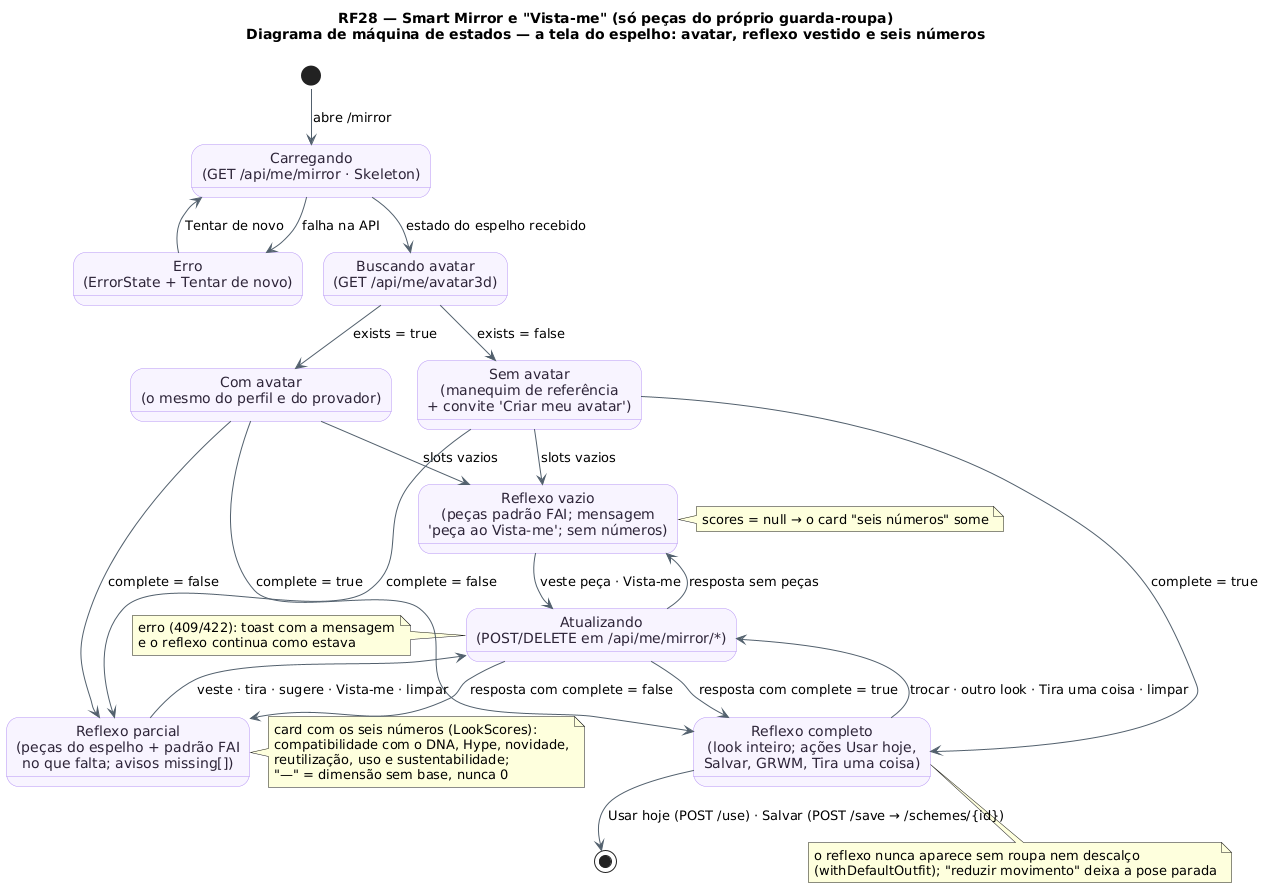
Before: docs/diagramas/RF28-espelho-vista-me/RF28_Espelho_Estados.png, a diagram exported from PlantUML (MatheusHaliski/tcc-2026-fashion-ai-backend).
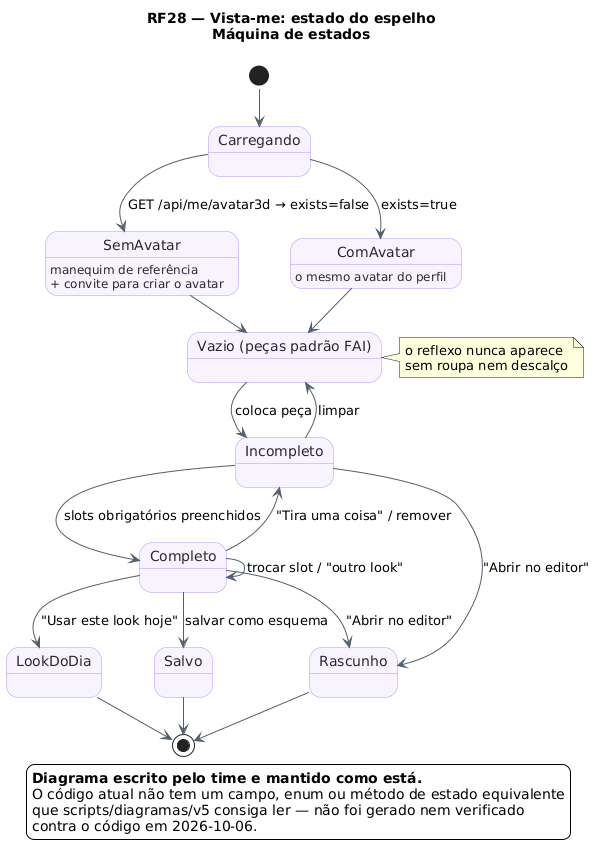
The same file after the commit.

What changed in the source:
```diff
@@ -1,6 +1,5 @@
 @startuml RF28_Espelho_Estados
-!pragma layout smetana
-title RF28 — Smart Mirror e "Vista-me" (só peças do próprio guarda-roupa)\nDiagrama de máquina de estados — a tela do espelho: avatar, reflexo vestido e seis números
+title RF28 — Vista-me: estado do espelho\nMáquina de estados
 !pragma layout smetana
 skinparam backgroundColor #FFFFFF
 skinparam state {
@@ -9,50 +8,31 @@
   FontColor #2D2438
   ArrowColor #52606D
 }
-[*] --> Carregando : abre /mirror
-state "Carregando\n(GET /api/me/mirror · Skeleton)" as Carregando
-state "Erro\n(ErrorState + Tentar de novo)" as Erro
-state "Buscando avatar\n(GET /api/me/avatar3d)" as BuscandoAvatar
-state "Com avatar\n(o mesmo do perfil e do provador)" as ComAvatar
-state "Sem avatar\n(manequim de referência\n+ convite 'Criar meu avatar')" as SemAvatar
-state "Reflexo vazio\n(peças padrão FAI; mensagem\n'peça ao Vista-me'; sem números)" as Vazio
-state "Reflexo parcial\n(peças do espelho + padrão FAI\nno que falta; avisos missing[])" as Parcial
-state "Reflexo completo\n(look inteiro; ações Usar hoje,\nSalvar, GRWM, Tira uma coisa)" as Completo
-state "Atualizando\n(POST/DELETE em /api/me/mirror/*)" as Atualizando
-
-Carregando --> Erro : falha na API
-Erro --> Carregando : Tentar de novo
-Carregando --> BuscandoAvatar : estado do espelho recebido
-BuscandoAvatar --> ComAvatar : exists = true
-BuscandoAvatar --> SemAvatar : exists = false
-ComAvatar --> Vazio : slots vazios
-SemAvatar --> Vazio : slots vazios
-ComAvatar --> Parcial : complete = false
-SemAvatar --> Parcial : complete = false
-ComAvatar --> Completo : complete = true
-SemAvatar --> Completo : complete = true
-Vazio --> Atualizando : veste peça · Vista-me
-Parcial --> Atualizando : veste · tira · sugere · Vista-me · limpar
-Completo --> Atualizando : trocar · outro look · Tira uma coisa · limpar
-Atualizando --> Vazio : resposta sem peças
-Atualizando --> Parcial : resposta com complete = false
-Atualizando --> Completo : resposta com complete = true
-Completo --> [*] : Usar hoje (POST /use) · Salvar (POST /save → /schemes/{id})
-note left of Atualizando
-  erro (409/422): toast com a mensagem
-  e o reflexo continua como estava
-end note
-note right of Vazio
-  scores = null → o card "seis números" some
-end note
-note right of Parcial
-  card com os seis números (LookScores):
-  compatibilidade com o DNA, Hype, novidade,
-  reutilização, uso e sustentabilidade;
-  "—" = dimensão sem base, nunca 0
-end note
-note bottom of Completo
-  o reflexo nunca aparece sem roupa nem descalço
-  (withDefaultOutfit); "reduzir movimento" deixa a pose parada
-end note
+[*] --> Carregando
+Carregando --> SemAvatar : GET /api/me/avatar3d → exists=false
+Carregando --> ComAvatar : exists=true
+state SemAvatar : manequim de referência\n+ convite para criar o avatar
+state ComAvatar : o mesmo avatar do perfil
+SemAvatar --> Vazio
+ComAvatar --> Vazio
+state "Vazio (peças padrão FAI)" as Vazio
+Vazio --> Incompleto : coloca peça
+Incompleto --> Completo : slots obrigatórios preenchidos
+Completo --> Incompleto : "Tira uma coisa" / remover
+Incompleto --> Vazio : limpar
+Completo --> Completo : trocar slot / "outro look"
+Completo --> LookDoDia : "Usar este look hoje"
+Completo --> Salvo : salvar como esquema
+Incompleto --> Rascunho : "Abrir no editor"
+Completo --> Rascunho : "Abrir no editor"
+LookDoDia --> [*]
+Salvo --> [*]
+Rascunho --> [*]
+note right of Vazio : o reflexo nunca aparece\nsem roupa nem descalço
+legend bottom right
+  <b>Diagrama escrito pelo time e mantido como está.</b>
+  O código atual não tem um campo, enum ou método de estado equivalente
+  que scripts/diagramas/v5 consiga ler — não foi gerado nem verificado
+  contra o código em 2026-10-06.
+endlegend
 @enduml
```
